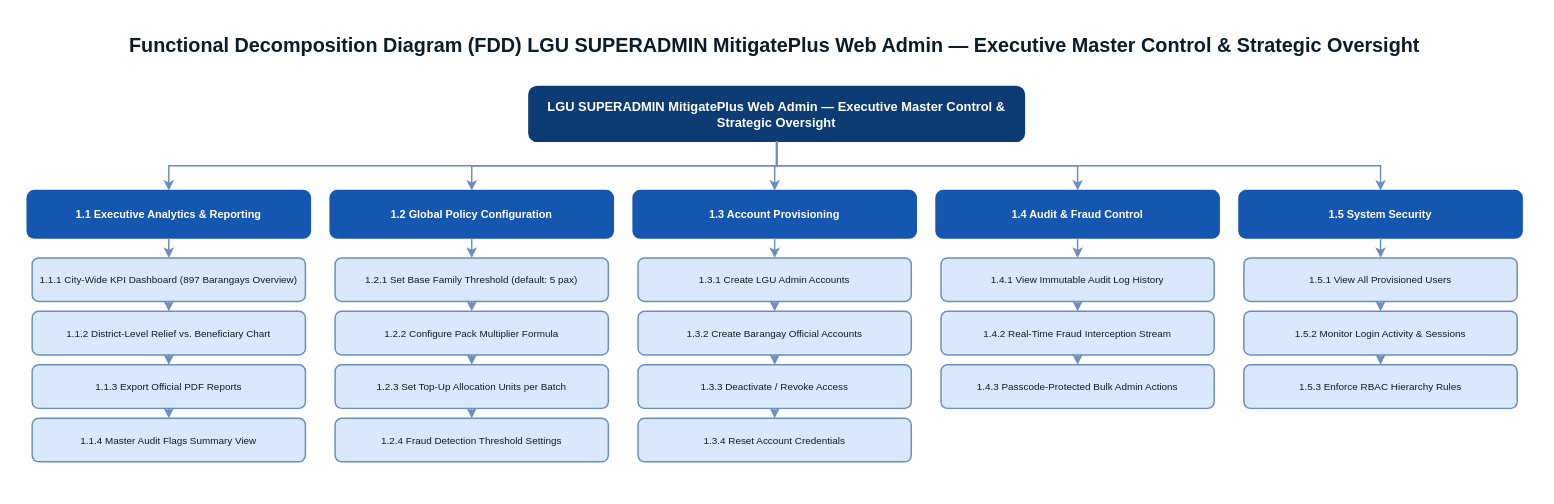
Before: MitigatePlus_Capstone_Diagrams/03a_FDD_LGU_SuperAdmin.drawio in ellicaonggoco/Post-MitigatePlus, a draw.io diagram. Source tidied: cells renumbered, new cells numbered last; positions are measured from the earlier drawing's top-left corner, leaving out a move shared by most shapes. Both pictures are drawn from the tidied source at 99%, with x=0, y=0 at pixel (17, 17).
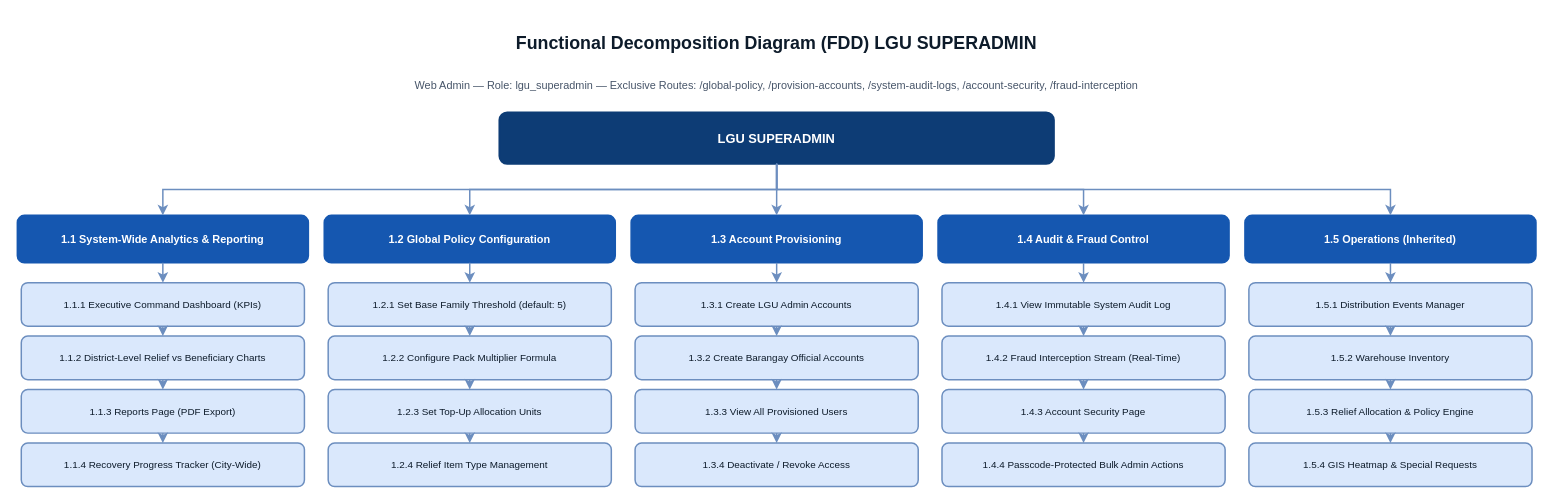
The same page after the edit.

Commit message (it also covers changes not shown here):
docs(diagrams): v4 complete - 100% source-verified against all routes, screens, models - all 11 diagrams rebuilt with full feature coverage

What changed in the source:
```diff
@@
-    <mxCell id="2" value="Functional Decomposition Diagram (FDD) LGU SUPERADMIN MitigatePlus Web Admin — Executive Master Control &amp; Strategic Oversight" style="text;html=0;strokeColor=none;fillColor=none;align=center;verticalAlign=middle;whiteSpace=wrap;fontSize=20;fontStyle=1;fontColor=#0D1B2A;" parent="1" vertex="1">
-      <mxGeometry width="1530" height="55" as="geometry" />
+    <mxCell id="2" value="Functional Decomposition Diagram (FDD) LGU SUPERADMIN" style="text;html=0;strokeColor=none;fillColor=none;align=center;verticalAlign=middle;whiteSpace=wrap;fontSize=18;fontStyle=1;fontColor=#0D1B2A;" parent="1" vertex="1">
+      <mxGeometry width="1534" height="52" as="geometry" />
     </mxCell>
+    <mxCell id="50" value="Web Admin — Role: lgu_superadmin — Exclusive Routes: /global-policy, /provision-accounts, /system-audit-logs, /account-security, /fraud-interception" style="text;html=0;strokeColor=none;fillColor=none;align=center;verticalAlign=middle;whiteSpace=wrap;fontSize=11;fontColor=#475569;" parent="1" vertex="1">
+      <mxGeometry y="54" width="1534" height="30" as="geometry" />
+    </mxCell>
-    <mxCell id="3" value="LGU SUPERADMIN MitigatePlus Web Admin — Executive Master Control &amp; Strategic Oversight" style="rounded=1;whiteSpace=wrap;html=0;fillColor=#0D3C75;strokeColor=#0D3C75;strokeWidth=2;fontSize=13;fontStyle=1;fontColor=#FFFFFF;" parent="1" vertex="1">
-      <mxGeometry x="517" y="70" width="500" height="55" as="geometry" />
+    <mxCell id="3" value="LGU SUPERADMIN" style="rounded=1;whiteSpace=wrap;html=0;fillColor=#0D3C75;strokeColor=#0D3C75;strokeWidth=2;fontSize=13;fontStyle=1;fontColor=#FFFFFF;" parent="1" vertex="1">
+      <mxGeometry x="487" y="96" width="560" height="52" as="geometry" />
     </mxCell>
-    <mxCell id="4" value="1.1 Executive Analytics &amp; Reporting" style="rounded=1;whiteSpace=wrap;html=0;fillColor=#1557B0;strokeColor=#1557B0;strokeWidth=1.5;fontSize=11;fontStyle=1;fontColor=#FFFFFF;" parent="1" vertex="1">
-      <mxGeometry x="10" y="175" width="286" height="48" as="geometry" />
+    <mxCell id="4" value="1.1 System-Wide Analytics &amp; Reporting" style="rounded=1;whiteSpace=wrap;html=0;fillColor=#1557B0;strokeColor=#1557B0;strokeWidth=1.5;fontSize=11;fontStyle=1;fontColor=#FFFFFF;" parent="1" vertex="1">
+      <mxGeometry y="200" width="294" height="48" as="geometry" />
     </mxCell>
@@
-    <mxCell id="6" value="1.1.1 City-Wide KPI Dashboard (897 Barangays Overview)" style="rounded=1;whiteSpace=wrap;html=0;fillColor=#DAE8FC;strokeColor=#6C8EBF;strokeWidth=1.5;fontSize=10;fontColor=#0D1B2A;" parent="1" vertex="1">
-      <mxGeometry x="15" y="243" width="276" height="44" as="geometry" />
+    <mxCell id="6" value="1.1.1 Executive Command Dashboard (KPIs)" style="rounded=1;whiteSpace=wrap;html=0;fillColor=#DAE8FC;strokeColor=#6C8EBF;strokeWidth=1.5;fontSize=10;fontColor=#0D1B2A;" parent="1" vertex="1">
+      <mxGeometry x="4" y="268" width="286" height="44" as="geometry" />
     </mxCell>
@@
-    <mxCell id="8" value="1.1.2 District-Level Relief vs. Beneficiary Chart" style="rounded=1;whiteSpace=wrap;html=0;fillColor=#DAE8FC;strokeColor=#6C8EBF;strokeWidth=1.5;fontSize=10;fontColor=#0D1B2A;" parent="1" vertex="1">
-      <mxGeometry x="15" y="297" width="276" height="44" as="geometry" />
+    <mxCell id="8" value="1.1.2 District-Level Relief vs Beneficiary Charts" style="rounded=1;whiteSpace=wrap;html=0;fillColor=#DAE8FC;strokeColor=#6C8EBF;strokeWidth=1.5;fontSize=10;fontColor=#0D1B2A;" parent="1" vertex="1">
+      <mxGeometry x="4" y="322" width="286" height="44" as="geometry" />
     </mxCell>
@@
-    <mxCell id="10" value="1.1.3 Export Official PDF Reports" style="rounded=1;whiteSpace=wrap;html=0;fillColor=#DAE8FC;strokeColor=#6C8EBF;strokeWidth=1.5;fontSize=10;fontColor=#0D1B2A;" parent="1" vertex="1">
-      <mxGeometry x="15" y="351" width="276" height="44" as="geometry" />
+    <mxCell id="10" value="1.1.3 Reports Page (PDF Export)" style="rounded=1;whiteSpace=wrap;html=0;fillColor=#DAE8FC;strokeColor=#6C8EBF;strokeWidth=1.5;fontSize=10;fontColor=#0D1B2A;" parent="1" vertex="1">
+      <mxGeometry x="4" y="376" width="286" height="44" as="geometry" />
     </mxCell>
@@
-    <mxCell id="12" value="1.1.4 Master Audit Flags Summary View" style="rounded=1;whiteSpace=wrap;html=0;fillColor=#DAE8FC;strokeColor=#6C8EBF;strokeWidth=1.5;fontSize=10;fontColor=#0D1B2A;" parent="1" vertex="1">
-      <mxGeometry x="15" y="405" width="276" height="44" as="geometry" />
+    <mxCell id="12" value="1.1.4 Recovery Progress Tracker (City-Wide)" style="rounded=1;whiteSpace=wrap;html=0;fillColor=#DAE8FC;strokeColor=#6C8EBF;strokeWidth=1.5;fontSize=10;fontColor=#0D1B2A;" parent="1" vertex="1">
+      <mxGeometry x="4" y="430" width="286" height="44" as="geometry" />
     </mxCell>
@@
     <mxCell id="14" value="1.2 Global Policy Configuration" style="rounded=1;whiteSpace=wrap;html=0;fillColor=#1557B0;strokeColor=#1557B0;strokeWidth=1.5;fontSize=11;fontStyle=1;fontColor=#FFFFFF;" parent="1" vertex="1">
-      <mxGeometry x="316" y="175" width="286" height="48" as="geometry" />
+      <mxGeometry x="310" y="200" width="294" height="48" as="geometry" />
     </mxCell>
@@
-    <mxCell id="16" value="1.2.1 Set Base Family Threshold (default: 5 pax)" style="rounded=1;whiteSpace=wrap;html=0;fillColor=#DAE8FC;strokeColor=#6C8EBF;strokeWidth=1.5;fontSize=10;fontColor=#0D1B2A;" parent="1" vertex="1">
-      <mxGeometry x="321" y="243" width="276" height="44" as="geometry" />
+    <mxCell id="16" value="1.2.1 Set Base Family Threshold (default: 5)" style="rounded=1;whiteSpace=wrap;html=0;fillColor=#DAE8FC;strokeColor=#6C8EBF;strokeWidth=1.5;fontSize=10;fontColor=#0D1B2A;" parent="1" vertex="1">
+      <mxGeometry x="314" y="268" width="286" height="44" as="geometry" />
     </mxCell>
@@
     <mxCell id="18" value="1.2.2 Configure Pack Multiplier Formula" style="rounded=1;whiteSpace=wrap;html=0;fillColor=#DAE8FC;strokeColor=#6C8EBF;strokeWidth=1.5;fontSize=10;fontColor=#0D1B2A;" parent="1" vertex="1">
-      <mxGeometry x="321" y="297" width="276" height="44" as="geometry" />
+      <mxGeometry x="314" y="322" width="286" height="44" as="geometry" />
     </mxCell>
@@
-    <mxCell id="20" value="1.2.3 Set Top-Up Allocation Units per Batch" style="rounded=1;whiteSpace=wrap;html=0;fillColor=#DAE8FC;strokeColor=#6C8EBF;strokeWidth=1.5;fontSize=10;fontColor=#0D1B2A;" parent="1" vertex="1">
-      <mxGeometry x="321" y="351" width="276" height="44" as="geometry" />
+    <mxCell id="20" value="1.2.3 Set Top-Up Allocation Units" style="rounded=1;whiteSpace=wrap;html=0;fillColor=#DAE8FC;strokeColor=#6C8EBF;strokeWidth=1.5;fontSize=10;fontColor=#0D1B2A;" parent="1" vertex="1">
+      <mxGeometry x="314" y="376" width="286" height="44" as="geometry" />
     </mxCell>
@@
-    <mxCell id="22" value="1.2.4 Fraud Detection Threshold Settings" style="rounded=1;whiteSpace=wrap;html=0;fillColor=#DAE8FC;strokeColor=#6C8EBF;strokeWidth=1.5;fontSize=10;fontColor=#0D1B2A;" parent="1" vertex="1">
-      <mxGeometry x="321" y="405" width="276" height="44" as="geometry" />
+    <mxCell id="22" value="1.2.4 Relief Item Type Management" style="rounded=1;whiteSpace=wrap;html=0;fillColor=#DAE8FC;strokeColor=#6C8EBF;strokeWidth=1.5;fontSize=10;fontColor=#0D1B2A;" parent="1" vertex="1">
+      <mxGeometry x="314" y="430" width="286" height="44" as="geometry" />
     </mxCell>
@@
     <mxCell id="24" value="1.3 Account Provisioning" style="rounded=1;whiteSpace=wrap;html=0;fillColor=#1557B0;strokeColor=#1557B0;strokeWidth=1.5;fontSize=11;fontStyle=1;fontColor=#FFFFFF;" parent="1" vertex="1">
-      <mxGeometry x="622" y="175" width="286" height="48" as="geometry" />
+      <mxGeometry x="620" y="200" width="294" height="48" as="geometry" />
     </mxCell>
@@
     <mxCell id="26" value="1.3.1 Create LGU Admin Accounts" style="rounded=1;whiteSpace=wrap;html=0;fillColor=#DAE8FC;strokeColor=#6C8EBF;strokeWidth=1.5;fontSize=10;fontColor=#0D1B2A;" parent="1" vertex="1">
-      <mxGeometry x="627" y="243" width="276" height="44" as="geometry" />
+      <mxGeometry x="624" y="268" width="286" height="44" as="geometry" />
     </mxCell>
@@
     <mxCell id="28" value="1.3.2 Create Barangay Official Accounts" style="rounded=1;whiteSpace=wrap;html=0;fillColor=#DAE8FC;strokeColor=#6C8EBF;strokeWidth=1.5;fontSize=10;fontColor=#0D1B2A;" parent="1" vertex="1">
-      <mxGeometry x="627" y="297" width="276" height="44" as="geometry" />
+      <mxGeometry x="624" y="322" width="286" height="44" as="geometry" />
     </mxCell>
@@
-    <mxCell id="30" value="1.3.3 Deactivate / Revoke Access" style="rounded=1;whiteSpace=wrap;html=0;fillColor=#DAE8FC;strokeColor=#6C8EBF;strokeWidth=1.5;fontSize=10;fontColor=#0D1B2A;" parent="1" vertex="1">
-      <mxGeometry x="627" y="351" width="276" height="44" as="geometry" />
+    <mxCell id="30" value="1.3.3 View All Provisioned Users" style="rounded=1;whiteSpace=wrap;html=0;fillColor=#DAE8FC;strokeColor=#6C8EBF;strokeWidth=1.5;fontSize=10;fontColor=#0D1B2A;" parent="1" vertex="1">
+      <mxGeometry x="624" y="376" width="286" height="44" as="geometry" />
     </mxCell>
@@
-    <mxCell id="32" value="1.3.4 Reset Account Credentials" style="rounded=1;whiteSpace=wrap;html=0;fillColor=#DAE8FC;strokeColor=#6C8EBF;strokeWidth=1.5;fontSize=10;fontColor=#0D1B2A;" parent="1" vertex="1">
-      <mxGeometry x="627" y="405" width="276" height="44" as="geometry" />
+    <mxCell id="32" value="1.3.4 Deactivate / Revoke Access" style="rounded=1;whiteSpace=wrap;html=0;fillColor=#DAE8FC;strokeColor=#6C8EBF;strokeWidth=1.5;fontSize=10;fontColor=#0D1B2A;" parent="1" vertex="1">
+      <mxGeometry x="624" y="430" width="286" height="44" as="geometry" />
     </mxCell>
@@
     <mxCell id="34" value="1.4 Audit &amp; Fraud Control" style="rounded=1;whiteSpace=wrap;html=0;fillColor=#1557B0;strokeColor=#1557B0;strokeWidth=1.5;fontSize=11;fontStyle=1;fontColor=#FFFFFF;" parent="1" vertex="1">
-      <mxGeometry x="928" y="175" width="286" height="48" as="geometry" />
+      <mxGeometry x="930" y="200" width="294" height="48" as="geometry" />
     </mxCell>
@@
-    <mxCell id="36" value="1.4.1 View Immutable Audit Log History" style="rounded=1;whiteSpace=wrap;html=0;fillColor=#DAE8FC;strokeColor=#6C8EBF;strokeWidth=1.5;fontSize=10;fontColor=#0D1B2A;" parent="1" vertex="1">
-      <mxGeometry x="933" y="243" width="276" height="44" as="geometry" />
+    <mxCell id="36" value="1.4.1 View Immutable System Audit Log" style="rounded=1;whiteSpace=wrap;html=0;fillColor=#DAE8FC;strokeColor=#6C8EBF;strokeWidth=1.5;fontSize=10;fontColor=#0D1B2A;" parent="1" vertex="1">
+      <mxGeometry x="934" y="268" width="286" height="44" as="geometry" />
     </mxCell>
@@
-    <mxCell id="38" value="1.4.2 Real-Time Fraud Interception Stream" style="rounded=1;whiteSpace=wrap;html=0;fillColor=#DAE8FC;strokeColor=#6C8EBF;strokeWidth=1.5;fontSize=10;fontColor=#0D1B2A;" parent="1" vertex="1">
-      <mxGeometry x="933" y="297" width="276" height="44" as="geometry" />
+    <mxCell id="38" value="1.4.2 Fraud Interception Stream (Real-Time)" style="rounded=1;whiteSpace=wrap;html=0;fillColor=#DAE8FC;strokeColor=#6C8EBF;strokeWidth=1.5;fontSize=10;fontColor=#0D1B2A;" parent="1" vertex="1">
+      <mxGeometry x="934" y="322" width="286" height="44" as="geometry" />
     </mxCell>
@@
-    <mxCell id="40" value="1.4.3 Passcode-Protected Bulk Admin Actions" style="rounded=1;whiteSpace=wrap;html=0;fillColor=#DAE8FC;strokeColor=#6C8EBF;strokeWidth=1.5;fontSize=10;fontColor=#0D1B2A;" parent="1" vertex="1">
-      <mxGeometry x="933" y="351" width="276" height="44" as="geometry" />
+    <mxCell id="40" value="1.4.3 Account Security Page" style="rounded=1;whiteSpace=wrap;html=0;fillColor=#DAE8FC;strokeColor=#6C8EBF;strokeWidth=1.5;fontSize=10;fontColor=#0D1B2A;" parent="1" vertex="1">
+      <mxGeometry x="934" y="376" width="286" height="44" as="geometry" />
     </mxCell>
@@
+    <mxCell id="51" value="1.4.4 Passcode-Protected Bulk Admin Actions" style="rounded=1;whiteSpace=wrap;html=0;fillColor=#DAE8FC;strokeColor=#6C8EBF;strokeWidth=1.5;fontSize=10;fontColor=#0D1B2A;" parent="1" vertex="1">
+      <mxGeometry x="934" y="430" width="286" height="44" as="geometry" />
+    </mxCell>
+    <mxCell id="52" style="edgeStyle=orthogonalEdgeStyle;rounded=0;html=1;strokeWidth=1.5;strokeColor=#6C8EBF;exitX=0.5;exitY=1;entryX=0.5;entryY=0;" parent="1" edge="1" source="40" target="51">
+      <mxGeometry relative="1" as="geometry" />
+    </mxCell>
-    <mxCell id="42" value="1.5 System Security" style="rounded=1;whiteSpace=wrap;html=0;fillColor=#1557B0;strokeColor=#1557B0;strokeWidth=1.5;fontSize=11;fontStyle=1;fontColor=#FFFFFF;" parent="1" vertex="1">
-      <mxGeometry x="1234" y="175" width="286" height="48" as="geometry" />
+    <mxCell id="42" value="1.5 Operations (Inherited)" style="rounded=1;whiteSpace=wrap;html=0;fillColor=#1557B0;strokeColor=#1557B0;strokeWidth=1.5;fontSize=11;fontStyle=1;fontColor=#FFFFFF;" parent="1" vertex="1">
+      <mxGeometry x="1240" y="200" width="294" height="48" as="geometry" />
     </mxCell>
@@
-    <mxCell id="44" value="1.5.1 View All Provisioned Users" style="rounded=1;whiteSpace=wrap;html=0;fillColor=#DAE8FC;strokeColor=#6C8EBF;strokeWidth=1.5;fontSize=10;fontColor=#0D1B2A;" parent="1" vertex="1">
-      <mxGeometry x="1239" y="243" width="276" height="44" as="geometry" />
+    <mxCell id="44" value="1.5.1 Distribution Events Manager" style="rounded=1;whiteSpace=wrap;html=0;fillColor=#DAE8FC;strokeColor=#6C8EBF;strokeWidth=1.5;fontSize=10;fontColor=#0D1B2A;" parent="1" vertex="1">
+      <mxGeometry x="1244" y="268" width="286" height="44" as="geometry" />
     </mxCell>
@@
-    <mxCell id="46" value="1.5.2 Monitor Login Activity &amp; Sessions" style="rounded=1;whiteSpace=wrap;html=0;fillColor=#DAE8FC;strokeColor=#6C8EBF;strokeWidth=1.5;fontSize=10;fontColor=#0D1B2A;" parent="1" vertex="1">
-      <mxGeometry x="1239" y="297" width="276" height="44" as="geometry" />
+    <mxCell id="46" value="1.5.2 Warehouse Inventory" style="rounded=1;whiteSpace=wrap;html=0;fillColor=#DAE8FC;strokeColor=#6C8EBF;strokeWidth=1.5;fontSize=10;fontColor=#0D1B2A;" parent="1" vertex="1">
+      <mxGeometry x="1244" y="322" width="286" height="44" as="geometry" />
     </mxCell>
@@
-    <mxCell id="48" value="1.5.3 Enforce RBAC Hierarchy Rules" style="rounded=1;whiteSpace=wrap;html=0;fillColor=#DAE8FC;strokeColor=#6C8EBF;strokeWidth=1.5;fontSize=10;fontColor=#0D1B2A;" parent="1" vertex="1">
-      <mxGeometry x="1239" y="351" width="276" height="44" as="geometry" />
+    <mxCell id="48" value="1.5.3 Relief Allocation &amp; Policy Engine" style="rounded=1;whiteSpace=wrap;html=0;fillColor=#DAE8FC;strokeColor=#6C8EBF;strokeWidth=1.5;fontSize=10;fontColor=#0D1B2A;" parent="1" vertex="1">
+      <mxGeometry x="1244" y="376" width="286" height="44" as="geometry" />
     </mxCell>
@@
+    <mxCell id="53" value="1.5.4 GIS Heatmap &amp; Special Requests" style="rounded=1;whiteSpace=wrap;html=0;fillColor=#DAE8FC;strokeColor=#6C8EBF;strokeWidth=1.5;fontSize=10;fontColor=#0D1B2A;" parent="1" vertex="1">
+      <mxGeometry x="1244" y="430" width="286" height="44" as="geometry" />
+    </mxCell>
+    <mxCell id="54" style="edgeStyle=orthogonalEdgeStyle;rounded=0;html=1;strokeWidth=1.5;strokeColor=#6C8EBF;exitX=0.5;exitY=1;entryX=0.5;entryY=0;" parent="1" edge="1" source="48" target="53">
+      <mxGeometry relative="1" as="geometry" />
+    </mxCell>
```
